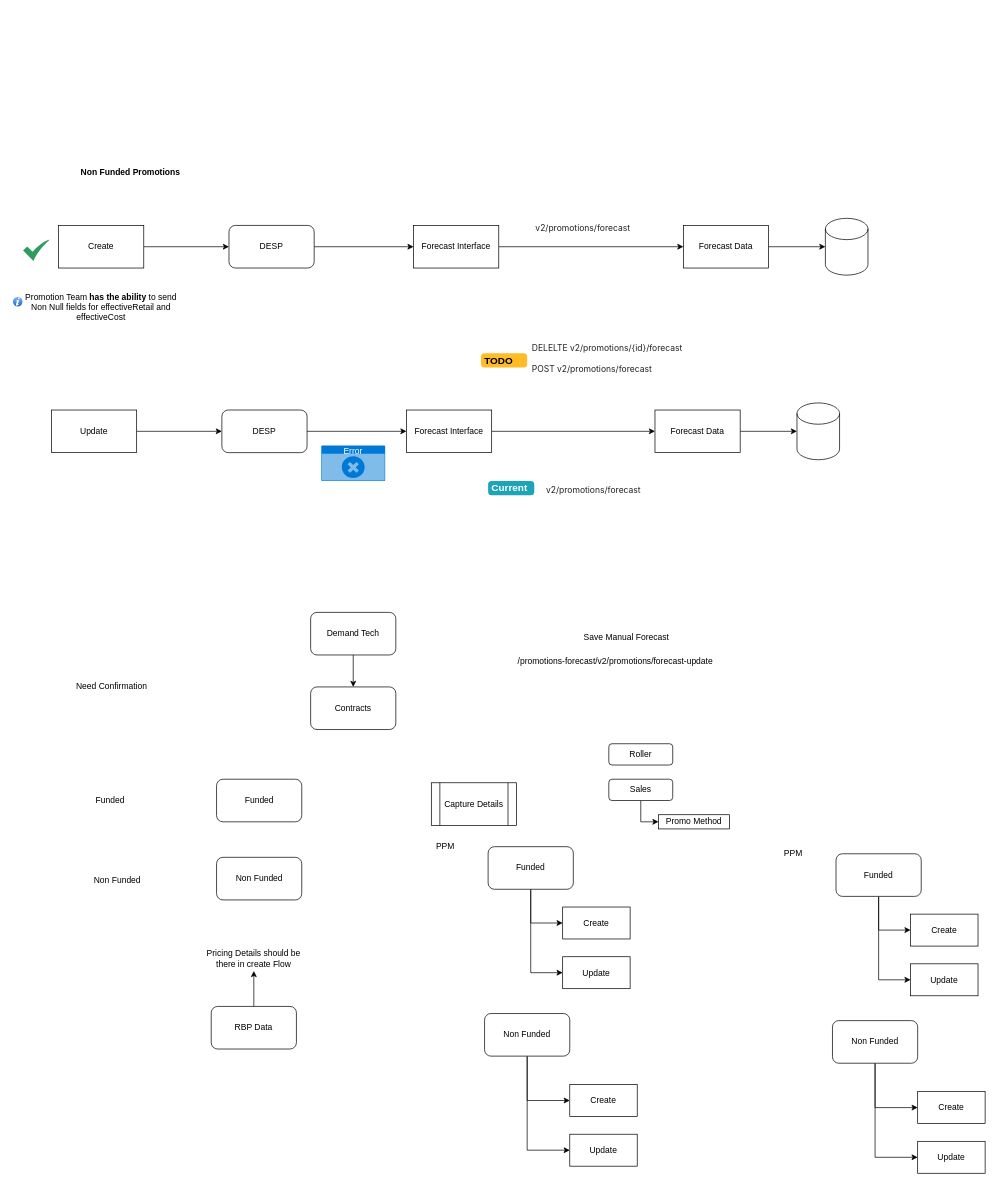
Earlier version of the draw.io diagram page "DESP" (9 of 13) of kroger.drawio (aayush-tuladhar-kr/drawio). Source tidied: cells renumbered, new cells numbered last; positions are measured from the earlier drawing's top-left corner, leaving out a move shared by most shapes. Both pictures are drawn from the tidied source at 71%, with x=0, y=0 at pixel (12, 161).
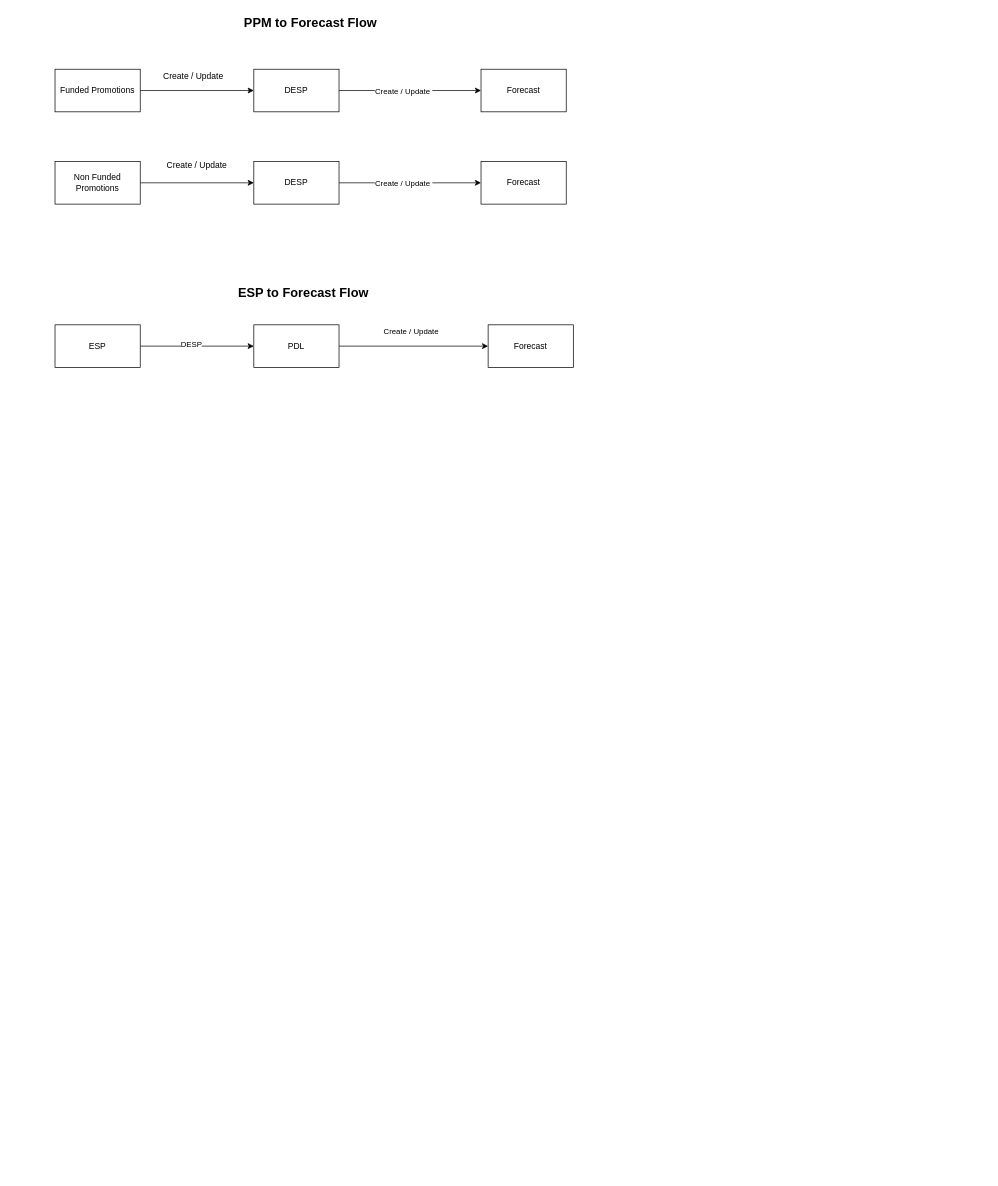
After the change.

The edit, as a diff of the source:
```diff
@@
-    <mxCell id="2" style="edgeStyle=orthogonalEdgeStyle;rounded=0;jettySize=auto;html=1;" parent="1" edge="1" source="3" target="7">
-      <mxGeometry relative="1" as="geometry" />
-    </mxCell>
-    <mxCell id="3" value="DESP" style="rounded=1;whiteSpace=wrap;html=1;" parent="1" vertex="1">
-      <mxGeometry x="305" y="90" width="120" height="60" as="geometry" />
-    </mxCell>
-    <mxCell id="4" style="edgeStyle=orthogonalEdgeStyle;rounded=0;jettySize=auto;html=1;entryX=0;entryY=0.5;entryDx=0;entryDy=0;" parent="1" edge="1" source="5" target="3">
-      <mxGeometry relative="1" as="geometry" />
-    </mxCell>
-    <mxCell id="5" value="Create" style="rounded=0;whiteSpace=wrap;html=1;" parent="1" vertex="1">
-      <mxGeometry x="65" y="90" width="120" height="60" as="geometry" />
-    </mxCell>
-    <mxCell id="6" style="edgeStyle=orthogonalEdgeStyle;rounded=0;jettySize=auto;html=1;" parent="1" edge="1" source="7" target="12">
-      <mxGeometry relative="1" as="geometry" />
-    </mxCell>
-    <mxCell id="7" value="Forecast Interface" style="rounded=0;whiteSpace=wrap;html=1;" parent="1" vertex="1">
-      <mxGeometry x="565" y="90" width="120" height="60" as="geometry" />
-    </mxCell>
-    <mxCell id="8" style="edgeStyle=orthogonalEdgeStyle;rounded=0;jettySize=auto;html=1;" parent="1" edge="1" source="9" target="14">
-      <mxGeometry relative="1" as="geometry" />
-    </mxCell>
-    <mxCell id="9" value="Update" style="rounded=0;whiteSpace=wrap;html=1;" parent="1" vertex="1">
-      <mxGeometry x="55" y="350" width="120" height="60" as="geometry" />
-    </mxCell>
-    <mxCell id="10" style="shape=cylinder3;whiteSpace=wrap;html=1;boundedLbl=1;backgroundOutline=1;size=15;" parent="1" vertex="1">
-      <mxGeometry x="1145" y="80" width="60" height="80" as="geometry" />
-    </mxCell>
-    <mxCell id="11" style="edgeStyle=orthogonalEdgeStyle;rounded=0;jettySize=auto;html=1;" parent="1" edge="1" source="12" target="10">
-      <mxGeometry relative="1" as="geometry" />
-    </mxCell>
-    <mxCell id="12" value="Forecast Data" style="rounded=0;whiteSpace=wrap;html=1;" parent="1" vertex="1">
-      <mxGeometry x="945" y="90" width="120" height="60" as="geometry" />
-    </mxCell>
-    <mxCell id="13" style="edgeStyle=orthogonalEdgeStyle;rounded=0;jettySize=auto;html=1;" parent="1" edge="1" source="14" target="19">
-      <mxGeometry relative="1" as="geometry" />
-    </mxCell>
-    <mxCell id="14" value="DESP" style="rounded=1;whiteSpace=wrap;html=1;" parent="1" vertex="1">
-      <mxGeometry x="295" y="350" width="120" height="60" as="geometry" />
-    </mxCell>
-    <mxCell id="15" style="shape=cylinder3;whiteSpace=wrap;html=1;boundedLbl=1;backgroundOutline=1;size=15;" parent="1" vertex="1">
-      <mxGeometry x="1105" y="340" width="60" height="80" as="geometry" />
-    </mxCell>
-    <mxCell id="16" style="edgeStyle=orthogonalEdgeStyle;rounded=0;jettySize=auto;html=1;" parent="1" edge="1" source="17" target="15">
-      <mxGeometry relative="1" as="geometry" />
-    </mxCell>
-    <mxCell id="17" value="Forecast Data" style="rounded=0;whiteSpace=wrap;html=1;" parent="1" vertex="1">
-      <mxGeometry x="905" y="350" width="120" height="60" as="geometry" />
-    </mxCell>
-    <mxCell id="18" style="edgeStyle=orthogonalEdgeStyle;rounded=0;jettySize=auto;html=1;entryX=0;entryY=0.5;entryDx=0;entryDy=0;" parent="1" edge="1" source="19" target="17">
-      <mxGeometry relative="1" as="geometry" />
-    </mxCell>
-    <mxCell id="19" value="Forecast Interface" style="rounded=0;whiteSpace=wrap;html=1;" parent="1" vertex="1">
-      <mxGeometry x="555" y="350" width="120" height="60" as="geometry" />
-    </mxCell>
-    <mxCell id="20" value="Error" style="html=1;whiteSpace=wrap;strokeColor=none;fillColor=#0079D6;labelPosition=center;verticalLabelPosition=middle;verticalAlign=top;align=center;fontSize=12;spacingTop=-6;fontColor=#FFFFFF;sketch=0;shape=mxgraph.sitemap.error;" parent="1" vertex="1">
-      <mxGeometry x="435" y="400" width="90" height="50" as="geometry" />
-    </mxCell>
-    <mxCell id="21" style="sketch=0;html=1;strokeColor=none;shadow=0;align=center;fillColor=#2D9C5E;verticalAlign=top;labelPosition=center;verticalLabelPosition=bottom;shape=mxgraph.gcp2.check;" parent="1" vertex="1">
-      <mxGeometry x="15" y="110" width="37.5" height="30" as="geometry" />
-    </mxCell>
-    <mxCell id="22" value="&lt;span style=&quot;orphans: 2; text-align: left; text-indent: 0px; widows: 2; background-color: rgb(255, 255, 255); text-decoration-thickness: initial; text-decoration-style: initial; text-decoration-color: initial; float: none; display: inline !important;&quot;&gt;&lt;font face=&quot;Inter, system-ui, -apple-system, system-ui, Segoe UI, Roboto, Oxygen, Ubuntu, Cantarell, Fira Sans, Droid Sans, Helvetica, Arial, sans-serif&quot; color=&quot;#212121&quot;&gt;&lt;span style=&quot;white-space-collapse: preserve;&quot;&gt;DELELTE v2/promotions/{id}/forecast&lt;br&gt;&lt;br&gt;POST v2/promotions/forecast&lt;/span&gt;&lt;/font&gt;&lt;/span&gt;" style="text;whiteSpace=wrap;html=1;" parent="1" vertex="1">
-      <mxGeometry x="730" y="250" width="235" height="60" as="geometry" />
-    </mxCell>
-    <mxCell id="23" value="&lt;span style=&quot;color: rgb(33, 33, 33); font-family: Inter, system-ui, -apple-system, &amp;quot;system-ui&amp;quot;, &amp;quot;Segoe UI&amp;quot;, Roboto, Oxygen, Ubuntu, Cantarell, &amp;quot;Fira Sans&amp;quot;, &amp;quot;Droid Sans&amp;quot;, Helvetica, Arial, sans-serif; font-size: 12px; font-style: normal; font-variant-ligatures: normal; font-variant-caps: normal; font-weight: 400; letter-spacing: normal; orphans: 2; text-align: left; text-indent: 0px; text-transform: none; white-space: pre-wrap; widows: 2; word-spacing: 0px; -webkit-text-stroke-width: 0px; background-color: rgb(255, 255, 255); text-decoration-thickness: initial; text-decoration-style: initial; text-decoration-color: initial; display: inline !important; float: none;&quot;&gt;v2/promotions/forecast&lt;/span&gt;" style="text;whiteSpace=wrap;html=1;" parent="1" vertex="1">
-      <mxGeometry x="735" y="80" width="160" height="40" as="geometry" />
-    </mxCell>
-    <mxCell id="24" value="/promotions-forecast/v2/promotions/forecast-&lt;span class=&quot;s1&quot;&gt;update&lt;/span&gt;" style="text;whiteSpace=wrap;html=1;" parent="1" vertex="1">
-      <mxGeometry x="710" y="690" width="290" height="40" as="geometry" />
-    </mxCell>
-    <mxCell id="25" value="Save Manual Forecast" style="text;html=1;align=center;verticalAlign=middle;whiteSpace=wrap;rounded=0;" parent="1" vertex="1">
-      <mxGeometry x="790" y="650" width="150" height="40" as="geometry" />
-    </mxCell>
-    <mxCell id="26" value="Need Confirmation" style="text;html=1;align=center;verticalAlign=middle;whiteSpace=wrap;rounded=0;" parent="1" vertex="1">
-      <mxGeometry x="60" y="730" width="160" height="20" as="geometry" />
-    </mxCell>
-    <mxCell id="27" value="Funded" style="text;html=1;align=center;verticalAlign=middle;whiteSpace=wrap;rounded=0;" parent="1" vertex="1">
-      <mxGeometry x="107.5" y="885" width="60" height="30" as="geometry" />
-    </mxCell>
-    <mxCell id="28" value="Non Funded" style="text;html=1;align=center;verticalAlign=middle;whiteSpace=wrap;rounded=0;" parent="1" vertex="1">
-      <mxGeometry x="92.5" y="997.5" width="110" height="30" as="geometry" />
-    </mxCell>
-    <mxCell id="29" value="Funded" style="rounded=1;whiteSpace=wrap;html=1;" parent="1" vertex="1">
-      <mxGeometry x="287.5" y="870" width="120" height="60" as="geometry" />
-    </mxCell>
-    <mxCell id="30" value="Non Funded" style="rounded=1;whiteSpace=wrap;html=1;" parent="1" vertex="1">
-      <mxGeometry x="287.5" y="980" width="120" height="60" as="geometry" />
-    </mxCell>
-    <mxCell id="31" value="Pricing Details should be there in create Flow" style="text;html=1;align=center;verticalAlign=middle;whiteSpace=wrap;rounded=0;" parent="1" vertex="1">
-      <mxGeometry x="270" y="1105" width="140" height="35" as="geometry" />
-    </mxCell>
-    <mxCell id="32" style="edgeStyle=orthogonalEdgeStyle;rounded=0;jettySize=auto;html=1;entryX=0.5;entryY=1;entryDx=0;entryDy=0;" parent="1" edge="1" source="33" target="31">
-      <mxGeometry relative="1" as="geometry" />
-    </mxCell>
-    <mxCell id="33" value="RBP Data" style="rounded=1;whiteSpace=wrap;html=1;" parent="1" vertex="1">
-      <mxGeometry x="280" y="1190" width="120" height="60" as="geometry" />
-    </mxCell>
-    <mxCell id="34" style="edgeStyle=orthogonalEdgeStyle;rounded=0;jettySize=auto;html=1;entryX=0.5;entryY=0;entryDx=0;entryDy=0;" parent="1" edge="1" source="35" target="36">
-      <mxGeometry relative="1" as="geometry" />
-    </mxCell>
-    <mxCell id="35" value="Demand Tech" style="rounded=1;whiteSpace=wrap;html=1;" parent="1" vertex="1">
-      <mxGeometry x="420" y="635" width="120" height="60" as="geometry" />
-    </mxCell>
-    <mxCell id="36" value="Contracts" style="rounded=1;whiteSpace=wrap;html=1;" parent="1" vertex="1">
-      <mxGeometry x="420" y="740" width="120" height="60" as="geometry" />
-    </mxCell>
-    <mxCell id="37" value="Capture Details" style="shape=process;whiteSpace=wrap;html=1;backgroundOutline=1;" parent="1" vertex="1">
-      <mxGeometry x="590" y="875" width="120" height="60" as="geometry" />
-    </mxCell>
-    <mxCell id="38" style="edgeStyle=orthogonalEdgeStyle;rounded=0;jettySize=auto;html=1;entryX=0;entryY=0.5;entryDx=0;entryDy=0;" parent="1" edge="1" source="40" target="44">
-      <mxGeometry relative="1" as="geometry" />
-    </mxCell>
-    <mxCell id="39" style="edgeStyle=orthogonalEdgeStyle;rounded=0;jettySize=auto;html=1;entryX=0;entryY=0.5;entryDx=0;entryDy=0;" parent="1" edge="1" source="40" target="45">
-      <mxGeometry relative="1" as="geometry" />
-    </mxCell>
-    <mxCell id="40" value="Funded" style="rounded=1;whiteSpace=wrap;html=1;" parent="1" vertex="1">
-      <mxGeometry x="670" y="965" width="120" height="60" as="geometry" />
-    </mxCell>
-    <mxCell id="41" style="edgeStyle=orthogonalEdgeStyle;rounded=0;jettySize=auto;html=1;entryX=0;entryY=0.5;entryDx=0;entryDy=0;" parent="1" edge="1" source="43" target="46">
-      <mxGeometry relative="1" as="geometry" />
-    </mxCell>
-    <mxCell id="42" style="edgeStyle=orthogonalEdgeStyle;rounded=0;jettySize=auto;html=1;entryX=0;entryY=0.5;entryDx=0;entryDy=0;" parent="1" edge="1" source="43" target="47">
-      <mxGeometry relative="1" as="geometry" />
-    </mxCell>
-    <mxCell id="43" value="Non Funded" style="rounded=1;whiteSpace=wrap;html=1;" parent="1" vertex="1">
-      <mxGeometry x="665" y="1200" width="120" height="60" as="geometry" />
-    </mxCell>
-    <mxCell id="44" value="Create" style="rounded=0;whiteSpace=wrap;html=1;" parent="1" vertex="1">
-      <mxGeometry x="775" y="1050" width="95" height="45" as="geometry" />
-    </mxCell>
-    <mxCell id="45" value="Update" style="rounded=0;whiteSpace=wrap;html=1;" parent="1" vertex="1">
-      <mxGeometry x="775" y="1120" width="95" height="45" as="geometry" />
-    </mxCell>
-    <mxCell id="46" value="Create" style="rounded=0;whiteSpace=wrap;html=1;" parent="1" vertex="1">
-      <mxGeometry x="785" y="1300" width="95" height="45" as="geometry" />
-    </mxCell>
-    <mxCell id="47" value="Update" style="rounded=0;whiteSpace=wrap;html=1;" parent="1" vertex="1">
-      <mxGeometry x="785" y="1370" width="95" height="45" as="geometry" />
-    </mxCell>
-    <mxCell id="48" value="PPM" style="text;html=1;align=center;verticalAlign=middle;whiteSpace=wrap;rounded=0;" parent="1" vertex="1">
-      <mxGeometry x="580" y="950" width="60" height="30" as="geometry" />
-    </mxCell>
-    <mxCell id="49" style="edgeStyle=orthogonalEdgeStyle;rounded=0;jettySize=auto;html=1;entryX=0;entryY=0.5;entryDx=0;entryDy=0;" parent="1" edge="1" source="51" target="55">
-      <mxGeometry relative="1" as="geometry" />
-    </mxCell>
-    <mxCell id="50" style="edgeStyle=orthogonalEdgeStyle;rounded=0;jettySize=auto;html=1;entryX=0;entryY=0.5;entryDx=0;entryDy=0;" parent="1" edge="1" source="51" target="56">
-      <mxGeometry relative="1" as="geometry" />
-    </mxCell>
-    <mxCell id="51" value="Funded" style="rounded=1;whiteSpace=wrap;html=1;" parent="1" vertex="1">
-      <mxGeometry x="1160" y="975" width="120" height="60" as="geometry" />
-    </mxCell>
-    <mxCell id="52" style="edgeStyle=orthogonalEdgeStyle;rounded=0;jettySize=auto;html=1;entryX=0;entryY=0.5;entryDx=0;entryDy=0;" parent="1" edge="1" source="54" target="57">
-      <mxGeometry relative="1" as="geometry" />
-    </mxCell>
-    <mxCell id="53" style="edgeStyle=orthogonalEdgeStyle;rounded=0;jettySize=auto;html=1;entryX=0;entryY=0.5;entryDx=0;entryDy=0;" parent="1" edge="1" source="54" target="58">
-      <mxGeometry relative="1" as="geometry" />
-    </mxCell>
-    <mxCell id="54" value="Non Funded" style="rounded=1;whiteSpace=wrap;html=1;" parent="1" vertex="1">
-      <mxGeometry x="1155" y="1210" width="120" height="60" as="geometry" />
-    </mxCell>
-    <mxCell id="55" value="Create" style="rounded=0;whiteSpace=wrap;html=1;" parent="1" vertex="1">
-      <mxGeometry x="1265" y="1060" width="95" height="45" as="geometry" />
-    </mxCell>
-    <mxCell id="56" value="Update" style="rounded=0;whiteSpace=wrap;html=1;" parent="1" vertex="1">
-      <mxGeometry x="1265" y="1130" width="95" height="45" as="geometry" />
-    </mxCell>
-    <mxCell id="57" value="Create" style="rounded=0;whiteSpace=wrap;html=1;" parent="1" vertex="1">
-      <mxGeometry x="1275" y="1310" width="95" height="45" as="geometry" />
-    </mxCell>
-    <mxCell id="58" value="Update" style="rounded=0;whiteSpace=wrap;html=1;" parent="1" vertex="1">
-      <mxGeometry x="1275" y="1380" width="95" height="45" as="geometry" />
-    </mxCell>
-    <mxCell id="59" value="PPM" style="text;html=1;align=center;verticalAlign=middle;whiteSpace=wrap;rounded=0;" parent="1" vertex="1">
-      <mxGeometry x="1070" y="960" width="60" height="30" as="geometry" />
-    </mxCell>
-    <mxCell id="60" style="edgeStyle=orthogonalEdgeStyle;rounded=0;jettySize=auto;html=1;entryX=0;entryY=0.5;entryDx=0;entryDy=0;" parent="1" edge="1" source="61" target="63">
-      <mxGeometry relative="1" as="geometry" />
-    </mxCell>
-    <mxCell id="61" value="Sales" style="rounded=1;whiteSpace=wrap;html=1;" parent="1" vertex="1">
-      <mxGeometry x="840" y="870" width="90" height="30" as="geometry" />
-    </mxCell>
-    <mxCell id="62" value="Roller" style="rounded=1;whiteSpace=wrap;html=1;" parent="1" vertex="1">
-      <mxGeometry x="840" y="820" width="90" height="30" as="geometry" />
-    </mxCell>
-    <mxCell id="63" value="Promo Method" style="rounded=0;whiteSpace=wrap;html=1;" parent="1" vertex="1">
-      <mxGeometry x="910" y="920" width="100" height="20" as="geometry" />
-    </mxCell>
+    <mxCell id="70" style="edgeStyle=orthogonalEdgeStyle;rounded=0;jettySize=auto;html=1;entryX=0;entryY=0.5;entryDx=0;entryDy=0;" parent="1" edge="1" source="72" target="73">
+      <mxGeometry relative="1" as="geometry" />
+    </mxCell>
+    <mxCell id="71" value="Create / Update&amp;nbsp;" style="edgeLabel;html=1;align=center;verticalAlign=middle;" parent="70" vertex="1">
+      <mxGeometry x="-0.1" relative="1" as="geometry" />
+    </mxCell>
+    <mxCell id="72" value="DESP" style="rounded=0;whiteSpace=wrap;html=1;" parent="1" vertex="1">
+      <mxGeometry x="340" y="-130" width="120" height="60" as="geometry" />
+    </mxCell>
+    <mxCell id="73" value="Forecast" style="rounded=0;whiteSpace=wrap;html=1;" parent="1" vertex="1">
+      <mxGeometry x="660" y="-130" width="120" height="60" as="geometry" />
+    </mxCell>
+    <mxCell id="74" style="edgeStyle=orthogonalEdgeStyle;rounded=0;jettySize=auto;html=1;" parent="1" edge="1" source="75" target="72">
+      <mxGeometry relative="1" as="geometry" />
+    </mxCell>
+    <mxCell id="75" value="Funded Promotions" style="rounded=0;whiteSpace=wrap;html=1;" parent="1" vertex="1">
+      <mxGeometry x="60" y="-130" width="120" height="60" as="geometry" />
+    </mxCell>
+    <mxCell id="76" value="Forecast" style="rounded=0;whiteSpace=wrap;html=1;" parent="1" vertex="1">
+      <mxGeometry x="670" y="230" width="120" height="60" as="geometry" />
+    </mxCell>
+    <mxCell id="77" style="edgeStyle=orthogonalEdgeStyle;rounded=0;jettySize=auto;html=1;entryX=0;entryY=0.5;entryDx=0;entryDy=0;" parent="1" edge="1" source="78" target="76">
+      <mxGeometry relative="1" as="geometry" />
+    </mxCell>
+    <mxCell id="78" value="PDL" style="rounded=0;whiteSpace=wrap;html=1;" parent="1" vertex="1">
+      <mxGeometry x="340" y="230" width="120" height="60" as="geometry" />
+    </mxCell>
+    <mxCell id="79" value="Create / Update" style="text;html=1;align=center;verticalAlign=middle;whiteSpace=wrap;rounded=0;" parent="1" vertex="1">
+      <mxGeometry x="200" y="-130" width="110" height="20" as="geometry" />
+    </mxCell>
+    <mxCell id="80" style="edgeStyle=orthogonalEdgeStyle;rounded=0;jettySize=auto;html=1;entryX=0;entryY=0.5;entryDx=0;entryDy=0;" parent="1" edge="1" source="82" target="83">
+      <mxGeometry relative="1" as="geometry" />
+    </mxCell>
+    <mxCell id="81" value="Create / Update&amp;nbsp;" style="edgeLabel;html=1;align=center;verticalAlign=middle;" parent="80" vertex="1">
+      <mxGeometry x="-0.1" relative="1" as="geometry" />
+    </mxCell>
+    <mxCell id="82" value="DESP" style="rounded=0;whiteSpace=wrap;html=1;" parent="1" vertex="1">
+      <mxGeometry x="340" width="120" height="60" as="geometry" />
+    </mxCell>
+    <mxCell id="83" value="Forecast" style="rounded=0;whiteSpace=wrap;html=1;" parent="1" vertex="1">
+      <mxGeometry x="660" width="120" height="60" as="geometry" />
+    </mxCell>
+    <mxCell id="84" style="edgeStyle=orthogonalEdgeStyle;rounded=0;jettySize=auto;html=1;" parent="1" edge="1" source="64" target="82">
+      <mxGeometry relative="1" as="geometry" />
+    </mxCell>
-    <mxCell id="64" value="Non Funded Promotions" style="text;html=1;align=center;verticalAlign=middle;whiteSpace=wrap;rounded=0;fontStyle=1;" parent="1" vertex="1">
-      <mxGeometry x="60" width="212.5" height="30" as="geometry" />
+    <mxCell id="64" value="Non Funded Promotions" style="rounded=0;whiteSpace=wrap;html=1;" parent="1" vertex="1">
+      <mxGeometry x="60" width="120" height="60" as="geometry" />
     </mxCell>
-    <mxCell id="65" value="Promotion Team &lt;b&gt;has the ability&lt;/b&gt; to send Non Null fields for effectiveRetail and effectiveCost" style="text;html=1;align=center;verticalAlign=middle;whiteSpace=wrap;rounded=0;" parent="1" vertex="1">
-      <mxGeometry x="15" y="180" width="220" height="50" as="geometry" />
-    </mxCell>
-    <mxCell id="66" style="verticalLabelPosition=bottom;verticalAlign=top;html=1;shadow=0;dashed=0;strokeWidth=1;shape=mxgraph.ios.iInfoIcon;fillColor=#8BbEff;fillColor2=#135Ec8;strokeColor=#ffffff;sketch=0;" parent="1" vertex="1">
-      <mxGeometry y="190" width="15" height="15" as="geometry" />
-    </mxCell>
-    <mxCell id="67" value="TODO" style="html=1;shadow=0;dashed=0;shape=mxgraph.bootstrap.rrect;rSize=5;strokeColor=none;strokeWidth=1;fillColor=#FFBC26;fontColor=#000000;whiteSpace=wrap;align=left;verticalAlign=middle;spacingLeft=0;fontStyle=1;fontSize=14;spacing=5;" parent="1" vertex="1">
-      <mxGeometry x="660" y="270" width="65" height="20" as="geometry" />
-    </mxCell>
-    <mxCell id="68" value="&lt;span style=&quot;color: rgb(33, 33, 33); font-family: Inter, system-ui, -apple-system, &amp;quot;system-ui&amp;quot;, &amp;quot;Segoe UI&amp;quot;, Roboto, Oxygen, Ubuntu, Cantarell, &amp;quot;Fira Sans&amp;quot;, &amp;quot;Droid Sans&amp;quot;, Helvetica, Arial, sans-serif; font-size: 12px; font-style: normal; font-variant-ligatures: normal; font-variant-caps: normal; font-weight: 400; letter-spacing: normal; orphans: 2; text-align: left; text-indent: 0px; text-transform: none; white-space: pre-wrap; widows: 2; word-spacing: 0px; -webkit-text-stroke-width: 0px; background-color: rgb(255, 255, 255); text-decoration-thickness: initial; text-decoration-style: initial; text-decoration-color: initial; display: inline !important; float: none;&quot;&gt;v2/promotions/forecast&lt;/span&gt;" style="text;whiteSpace=wrap;html=1;" parent="1" vertex="1">
-      <mxGeometry x="750" y="450" width="160" height="40" as="geometry" />
-    </mxCell>
-    <mxCell id="69" value="Current" style="html=1;shadow=0;dashed=0;shape=mxgraph.bootstrap.rrect;rSize=5;strokeColor=none;strokeWidth=1;fillColor=#1CA5B8;fontColor=#FFFFFF;whiteSpace=wrap;align=left;verticalAlign=middle;spacingLeft=0;fontStyle=1;fontSize=14;spacing=5;" parent="1" vertex="1">
-      <mxGeometry x="670" y="450" width="65" height="20" as="geometry" />
-    </mxCell>
+    <mxCell id="85" value="Create / Update" style="text;html=1;align=center;verticalAlign=middle;whiteSpace=wrap;rounded=0;" parent="1" vertex="1">
+      <mxGeometry x="190" y="-10" width="140" height="30" as="geometry" />
+    </mxCell>
+    <mxCell id="86" style="edgeStyle=orthogonalEdgeStyle;rounded=0;jettySize=auto;html=1;" parent="1" edge="1" source="88" target="78">
+      <mxGeometry relative="1" as="geometry" />
+    </mxCell>
+    <mxCell id="87" value="DESP" style="edgeLabel;html=1;align=center;verticalAlign=middle;" parent="86" vertex="1">
+      <mxGeometry x="-0.11" y="3" relative="1" as="geometry" />
+    </mxCell>
+    <mxCell id="88" value="ESP" style="rounded=0;whiteSpace=wrap;html=1;" parent="1" vertex="1">
+      <mxGeometry x="60" y="230" width="120" height="60" as="geometry" />
+    </mxCell>
+    <mxCell id="89" value="Create / Update&amp;nbsp;" style="edgeLabel;html=1;align=center;verticalAlign=middle;" parent="1" vertex="1">
+      <mxGeometry x="530" y="140" as="geometry">
+        <mxPoint x="32" y="98" as="offset" />
+      </mxGeometry>
+    </mxCell>
+    <mxCell id="90" value="&lt;font style=&quot;font-size: 18px;&quot;&gt;PPM to Forecast Flow&lt;/font&gt;" style="text;html=1;align=center;verticalAlign=middle;whiteSpace=wrap;rounded=0;fontStyle=1;" parent="1" vertex="1">
+      <mxGeometry x="280" y="-210" width="280" height="30" as="geometry" />
+    </mxCell>
+    <mxCell id="91" value="&lt;font style=&quot;font-size: 18px;&quot;&gt;ESP to Forecast Flow&lt;/font&gt;" style="text;html=1;align=center;verticalAlign=middle;whiteSpace=wrap;rounded=0;fontStyle=1;" parent="1" vertex="1">
+      <mxGeometry x="270" y="170" width="280" height="30" as="geometry" />
+    </mxCell>
```
